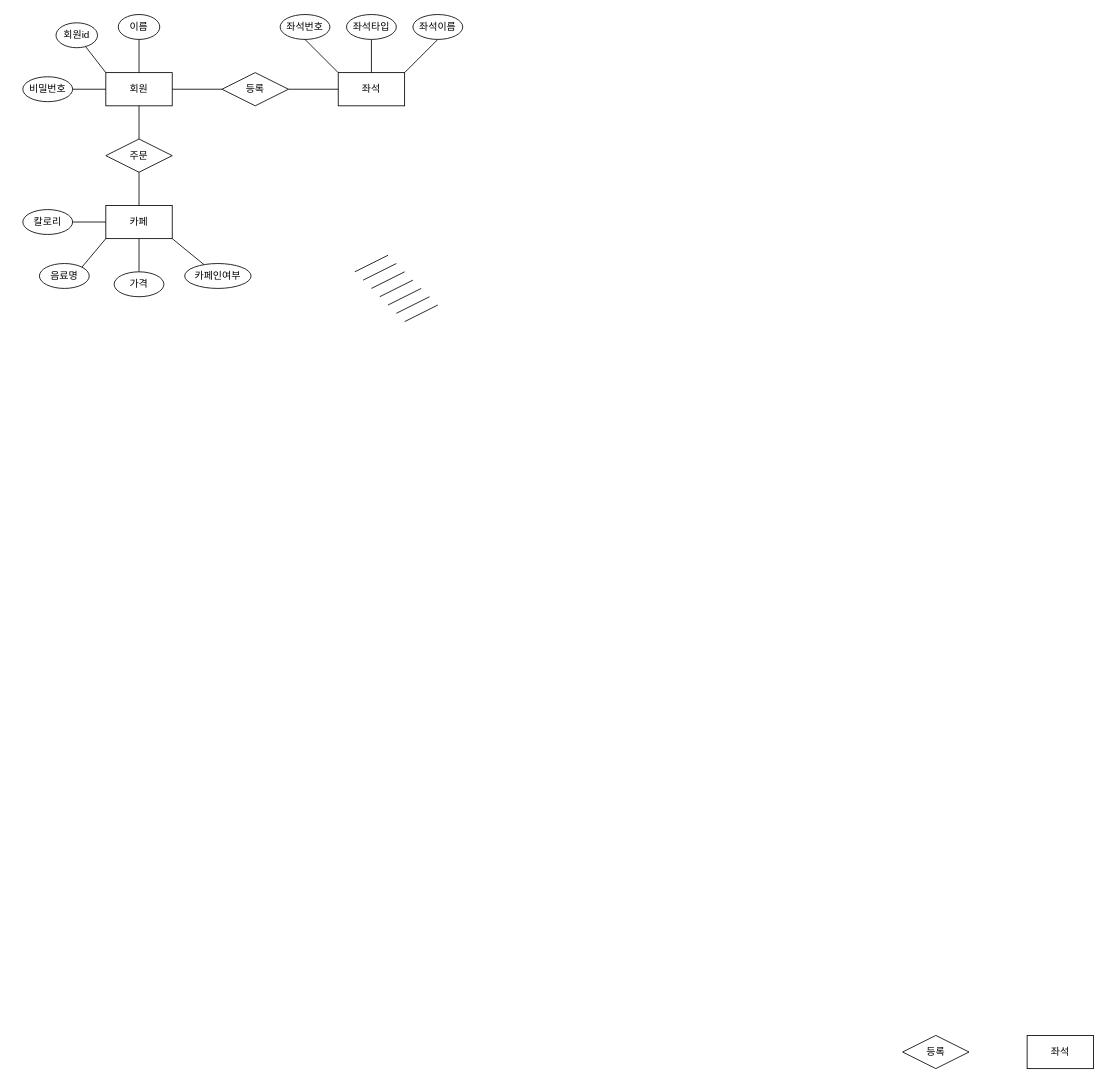
Earlier version of the draw.io diagram 제목 없는 다이어그램.drawio (SongJaeHoonn/SongJaeHoonn). Source tidied: cells renumbered, new cells numbered last; positions are measured from the earlier drawing's top-left corner, leaving out a move shared by most shapes. Both pictures are drawn from the tidied source at 83%, with x=0, y=0 at pixel (22, 14).
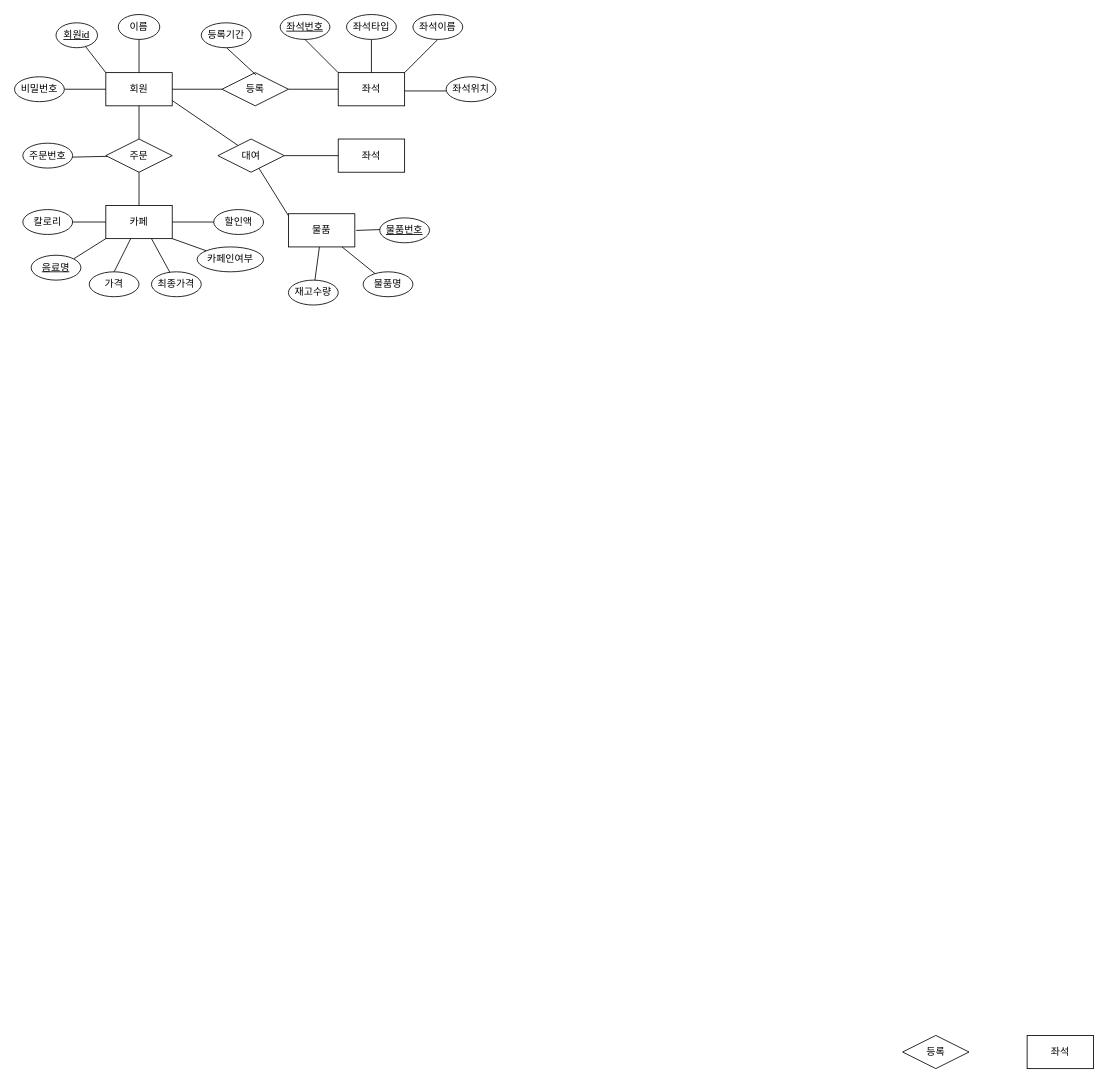
The same page after the edit.

Commit message:
제목 없는 다이어그램.drawio 업데이트

Unchanged cells that the change refers to:
```xml
<mxCell id="2" value="회원" style="rounded=0;whiteSpace=wrap;html=1;strokeWidth=1;" parent="1" vertex="1">
  <mxGeometry x="100" y="70" width="80" height="40" as="geometry" />
</mxCell>
<mxCell id="5" value="좌석" style="rounded=0;whiteSpace=wrap;html=1;" parent="1" vertex="1">
  <mxGeometry x="380" y="70" width="80" height="40" as="geometry" />
</mxCell>
<mxCell id="6" value="등록" style="rhombus;whiteSpace=wrap;html=1;" parent="1" vertex="1">
  <mxGeometry x="240" y="70" width="80" height="40" as="geometry" />
</mxCell>
<mxCell id="7" value="카페" style="rounded=0;whiteSpace=wrap;html=1;" parent="1" vertex="1">
  <mxGeometry x="100" y="230" width="80" height="40" as="geometry" />
</mxCell>
<mxCell id="8" value="주문" style="rhombus;whiteSpace=wrap;html=1;" parent="1" vertex="1">
  <mxGeometry x="100" y="150" width="80" height="40" as="geometry" />
</mxCell>
```

Change to the diagram source:
```diff
@@
-    <mxCell id="14" value="회원id" style="ellipse;whiteSpace=wrap;html=1;" parent="1" vertex="1">
+    <mxCell id="14" value="회원id" style="ellipse;whiteSpace=wrap;html=1;fontStyle=4;" parent="1" vertex="1">
       <mxGeometry x="40" y="10" width="50" height="30" as="geometry" />
     </mxCell>
@@
     <mxCell id="18" value="비밀번호" style="ellipse;whiteSpace=wrap;html=1;" parent="1" vertex="1">
-      <mxGeometry y="75" width="60" height="30" as="geometry" />
+      <mxGeometry x="-10" y="75" width="60" height="30" as="geometry" />
     </mxCell>
-    <mxCell id="19" value="좌석번호" style="ellipse;whiteSpace=wrap;html=1;" parent="1" vertex="1">
+    <mxCell id="19" value="좌석번호" style="ellipse;whiteSpace=wrap;html=1;fontStyle=4;" parent="1" vertex="1">
       <mxGeometry x="310" width="60" height="30" as="geometry" />
     </mxCell>
@@
-    <mxCell id="25" style="endArrow=none;html=1;rounded=0;entryX=0.5;entryY=1;entryDx=0;entryDy=0;exitX=0.5;exitY=0;exitDx=0;exitDy=0;" parent="1" edge="1" source="38" target="7">
+    <mxCell id="25" style="endArrow=none;html=1;rounded=0;exitX=0.5;exitY=0;exitDx=0;exitDy=0;" parent="1" edge="1" source="38" target="7">
       <mxGeometry relative="1" as="geometry" />
     </mxCell>
@@
-    <mxCell id="27" style="endArrow=none;html=1;rounded=0;" parent="1" edge="1">
+    <mxCell id="27" style="endArrow=none;html=1;rounded=0;entryX=-0.072;entryY=0.569;entryDx=0;entryDy=0;entryPerimeter=0;exitX=1.003;exitY=0.552;exitDx=0;exitDy=0;exitPerimeter=0;" parent="1" edge="1" source="5">
       <mxGeometry relative="1" as="geometry">
-        <mxPoint x="400" y="310" as="sourcePoint" />
-        <mxPoint x="440" y="290" as="targetPoint" />
+        <mxPoint x="515.7" y="92.1" as="targetPoint" />
       </mxGeometry>
     </mxCell>
-    <mxCell id="28" style="endArrow=none;html=1;rounded=0;" parent="1" edge="1">
-      <mxGeometry relative="1" as="geometry">
-        <mxPoint x="410" y="320" as="sourcePoint" />
-        <mxPoint x="450" y="300" as="targetPoint" />
-      </mxGeometry>
+    <mxCell id="28" style="endArrow=none;html=1;rounded=0;entryX=0.513;entryY=1.011;entryDx=0;entryDy=0;entryPerimeter=0;exitX=0.513;exitY=0.072;exitDx=0;exitDy=0;exitPerimeter=0;" parent="1" edge="1" source="6" target="41">
+      <mxGeometry relative="1" as="geometry" />
     </mxCell>
-    <mxCell id="29" style="endArrow=none;html=1;rounded=0;" parent="1" edge="1">
-      <mxGeometry relative="1" as="geometry">
-        <mxPoint x="420" y="330" as="sourcePoint" />
-        <mxPoint x="460" y="310" as="targetPoint" />
-      </mxGeometry>
+    <mxCell id="29" style="endArrow=none;html=1;rounded=0;entryX=0.302;entryY=0.192;entryDx=0;entryDy=0;entryPerimeter=0;exitX=1.003;exitY=0.845;exitDx=0;exitDy=0;exitPerimeter=0;" parent="1" edge="1" source="2" target="42">
+      <mxGeometry relative="1" as="geometry" />
     </mxCell>
-    <mxCell id="30" style="endArrow=none;html=1;rounded=0;" parent="1" edge="1">
-      <mxGeometry relative="1" as="geometry">
-        <mxPoint x="430" y="340" as="sourcePoint" />
-        <mxPoint x="470" y="320" as="targetPoint" />
-      </mxGeometry>
-    </mxCell>
-    <mxCell id="31" style="endArrow=none;html=1;rounded=0;" parent="1" edge="1">
-      <mxGeometry relative="1" as="geometry">
-        <mxPoint x="440" y="350" as="sourcePoint" />
-        <mxPoint x="480" y="330" as="targetPoint" />
-      </mxGeometry>
-    </mxCell>
-    <mxCell id="32" style="endArrow=none;html=1;rounded=0;" parent="1" edge="1">
-      <mxGeometry relative="1" as="geometry">
-        <mxPoint x="450" y="360" as="sourcePoint" />
-        <mxPoint x="490" y="340" as="targetPoint" />
-      </mxGeometry>
+    <mxCell id="32" style="endArrow=none;html=1;rounded=0;entryX=0.001;entryY=0.063;entryDx=0;entryDy=0;entryPerimeter=0;" parent="1" edge="1" source="42" target="44">
+      <mxGeometry relative="1" as="geometry" />
     </mxCell>
-    <mxCell id="33" style="endArrow=none;html=1;rounded=0;" parent="1" edge="1">
-      <mxGeometry relative="1" as="geometry">
-        <mxPoint x="460" y="370" as="sourcePoint" />
-        <mxPoint x="500" y="350" as="targetPoint" />
-      </mxGeometry>
+    <mxCell id="33" style="endArrow=none;html=1;rounded=0;entryX=0.021;entryY=0.469;entryDx=0;entryDy=0;entryPerimeter=0;exitX=1.021;exitY=0.503;exitDx=0;exitDy=0;exitPerimeter=0;" parent="1" edge="1" source="44" target="43">
+      <mxGeometry relative="1" as="geometry" />
     </mxCell>
@@
-    <mxCell id="37" value="음료명" style="ellipse;whiteSpace=wrap;html=1;" parent="1" vertex="1">
-      <mxGeometry x="20" y="300" width="60" height="30" as="geometry" />
+    <mxCell id="37" value="음료명" style="ellipse;whiteSpace=wrap;html=1;fontStyle=4;" parent="1" vertex="1">
+      <mxGeometry x="10" y="290" width="60" height="30" as="geometry" />
     </mxCell>
     <mxCell id="38" value="가격" style="ellipse;whiteSpace=wrap;html=1;" parent="1" vertex="1">
-      <mxGeometry x="110" y="310" width="60" height="30" as="geometry" />
+      <mxGeometry x="80" y="310" width="60" height="30" as="geometry" />
     </mxCell>
     <mxCell id="39" value="카페인여부" style="ellipse;whiteSpace=wrap;html=1;" parent="1" vertex="1">
-      <mxGeometry x="195" y="300" width="80" height="30" as="geometry" />
+      <mxGeometry x="210" y="280" width="80" height="30" as="geometry" />
     </mxCell>
+    <mxCell id="40" value="좌석위치" style="ellipse;whiteSpace=wrap;html=1;" parent="1" vertex="1">
+      <mxGeometry x="510" y="75" width="60" height="30" as="geometry" />
+    </mxCell>
+    <mxCell id="41" value="등록기간" style="ellipse;whiteSpace=wrap;html=1;" parent="1" vertex="1">
+      <mxGeometry x="215" y="10" width="60" height="30" as="geometry" />
+    </mxCell>
+    <mxCell id="42" value="대여" style="rhombus;whiteSpace=wrap;html=1;" parent="1" vertex="1">
+      <mxGeometry x="235" y="150" width="80" height="40" as="geometry" />
+    </mxCell>
+    <mxCell id="43" value="물품번호" style="ellipse;whiteSpace=wrap;html=1;fontStyle=4;" parent="1" vertex="1">
+      <mxGeometry x="430" y="245" width="60" height="30" as="geometry" />
+    </mxCell>
+    <mxCell id="44" value="물품" style="rounded=0;whiteSpace=wrap;html=1;" parent="1" vertex="1">
+      <mxGeometry x="320" y="240" width="80" height="40" as="geometry" />
+    </mxCell>
+    <mxCell id="45" style="endArrow=none;html=1;rounded=0;" parent="1" edge="1" source="49" target="44">
+      <mxGeometry relative="1" as="geometry" />
+    </mxCell>
+    <mxCell id="46" style="endArrow=none;html=1;rounded=0;" parent="1" edge="1" source="50" target="44">
+      <mxGeometry relative="1" as="geometry" />
+    </mxCell>
+    <mxCell id="47" style="endArrow=none;html=1;rounded=0;" parent="1" edge="1" source="42">
+      <mxGeometry relative="1" as="geometry">
+        <mxPoint x="430" y="170" as="targetPoint" />
+        <Array as="points">
+          <mxPoint x="370" y="170" />
+        </Array>
+      </mxGeometry>
+    </mxCell>
+    <mxCell id="48" style="endArrow=none;html=1;rounded=0;" parent="1" edge="1" target="8">
+      <mxGeometry relative="1" as="geometry">
+        <mxPoint x="60" y="171.8" as="sourcePoint" />
+      </mxGeometry>
+    </mxCell>
+    <mxCell id="49" value="물품명" style="ellipse;whiteSpace=wrap;html=1;" parent="1" vertex="1">
+      <mxGeometry x="410" y="310" width="60" height="30" as="geometry" />
+    </mxCell>
+    <mxCell id="50" value="재고수량" style="ellipse;whiteSpace=wrap;html=1;" parent="1" vertex="1">
+      <mxGeometry x="320" y="320" width="60" height="30" as="geometry" />
+    </mxCell>
+    <mxCell id="51" value="주문번호" style="ellipse;whiteSpace=wrap;html=1;" parent="1" vertex="1">
+      <mxGeometry y="155" width="60" height="30" as="geometry" />
+    </mxCell>
+    <mxCell id="52" style="endArrow=none;html=1;rounded=0;" parent="1" edge="1">
+      <mxGeometry relative="1" as="geometry">
+        <mxPoint x="180" y="250" as="sourcePoint" />
+        <mxPoint x="230" y="250" as="targetPoint" />
+      </mxGeometry>
+    </mxCell>
+    <mxCell id="53" value="할인액" style="ellipse;whiteSpace=wrap;html=1;" parent="1" vertex="1">
+      <mxGeometry x="230" y="235" width="60" height="30" as="geometry" />
+    </mxCell>
+    <mxCell id="54" value="최종가격" style="ellipse;whiteSpace=wrap;html=1;" parent="1" vertex="1">
+      <mxGeometry x="155" y="310" width="60" height="30" as="geometry" />
+    </mxCell>
+    <mxCell id="55" style="endArrow=none;html=1;rounded=0;" parent="1" edge="1" source="54">
+      <mxGeometry relative="1" as="geometry">
+        <mxPoint x="155" y="270" as="targetPoint" />
+      </mxGeometry>
+    </mxCell>
+    <mxCell id="56" value="좌석" style="rounded=0;whiteSpace=wrap;html=1;" parent="1" vertex="1">
+      <mxGeometry x="380" y="150" width="80" height="40" as="geometry" />
+    </mxCell>
```
